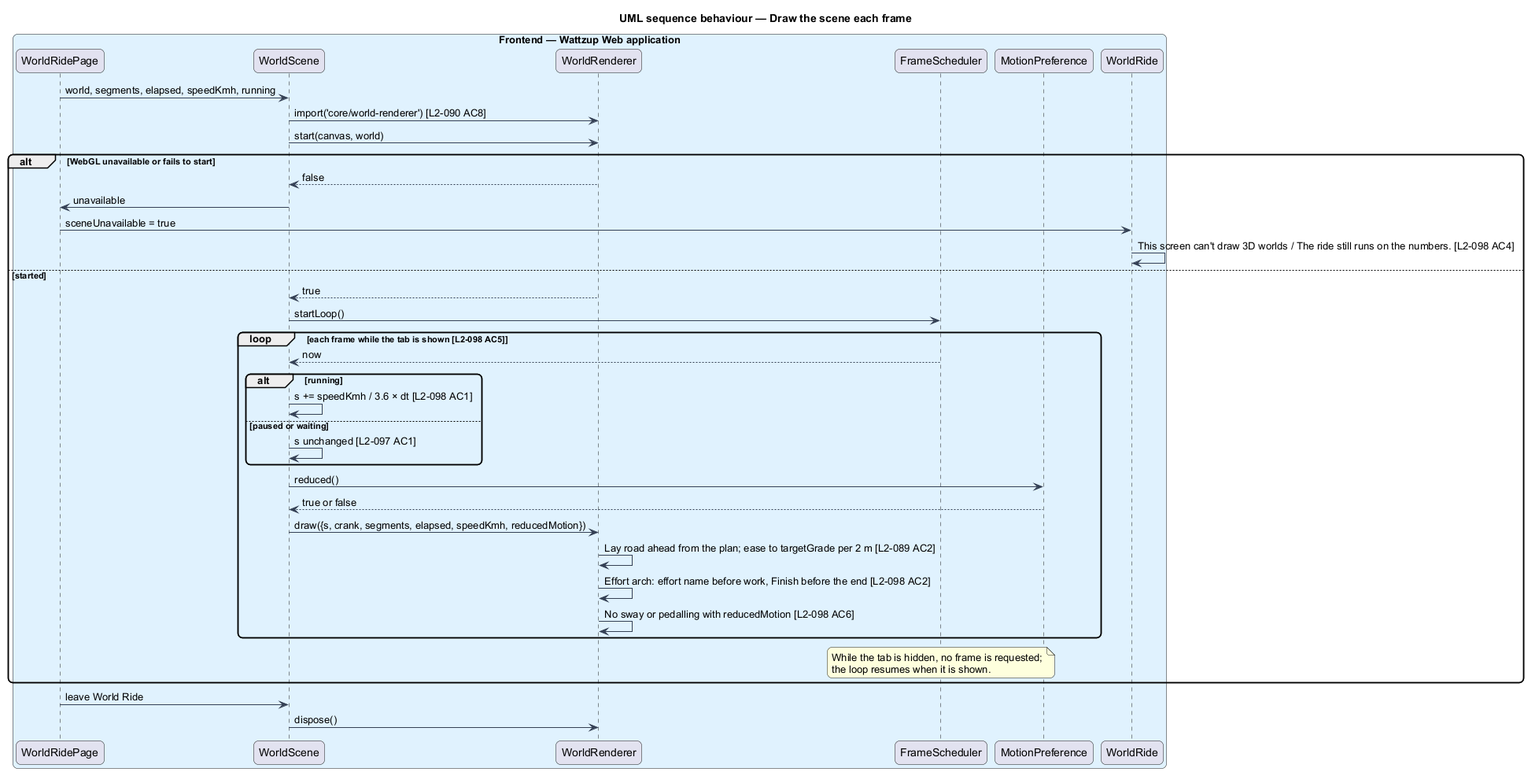
The PlantUML diagram docs/detailed-designs/world-ride/draw-class-scene/diagrams/sequence-draw-scene.png in QuinntyneBrown/ride-one, before a commit.
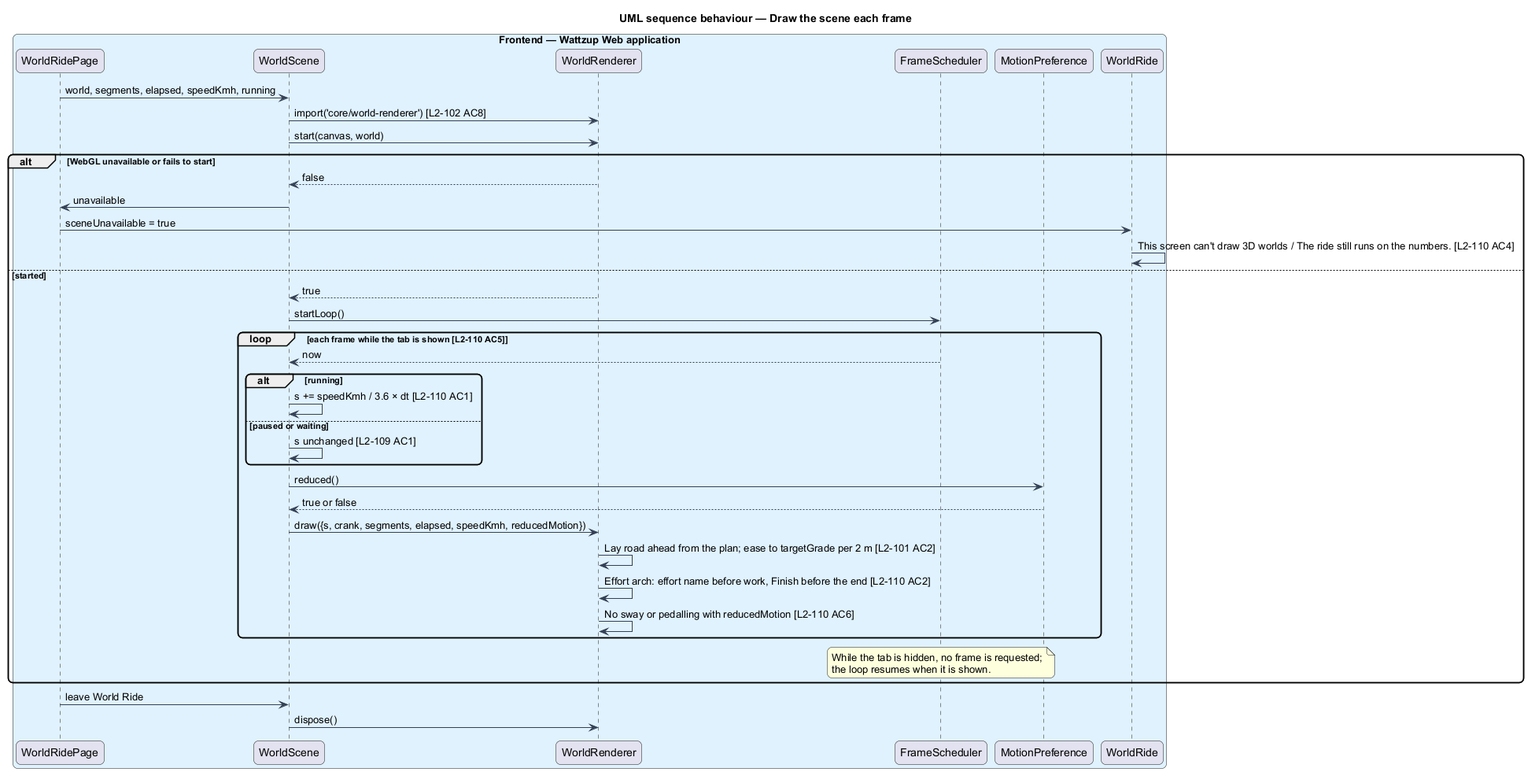
Later version of the same file.

Change to the diagram source:
```diff
@@ -15,29 +15,29 @@
 end box
 
 page -> scene : world, segments, elapsed, speedKmh, running
-scene -> renderer : import('core/world-renderer') [L2-090 AC8]
+scene -> renderer : import('core/world-renderer') [L2-102 AC8]
 scene -> renderer : start(canvas, world)
 alt WebGL unavailable or fails to start
   renderer --> scene : false
   scene -> page : unavailable
   page -> hud : sceneUnavailable = true
-  hud -> hud : This screen can't draw 3D worlds / The ride still runs on the numbers. [L2-098 AC4]
+  hud -> hud : This screen can't draw 3D worlds / The ride still runs on the numbers. [L2-110 AC4]
 else started
   renderer --> scene : true
   scene -> frames : startLoop()
-  loop each frame while the tab is shown [L2-098 AC5]
+  loop each frame while the tab is shown [L2-110 AC5]
     frames --> scene : now
     alt running
-      scene -> scene : s += speedKmh / 3.6 × dt [L2-098 AC1]
+      scene -> scene : s += speedKmh / 3.6 × dt [L2-110 AC1]
     else paused or waiting
-      scene -> scene : s unchanged [L2-097 AC1]
+      scene -> scene : s unchanged [L2-109 AC1]
     end
     scene -> motion : reduced()
     motion --> scene : true or false
     scene -> renderer : draw({s, crank, segments, elapsed, speedKmh, reducedMotion})
-    renderer -> renderer : Lay road ahead from the plan; ease to targetGrade per 2 m [L2-089 AC2]
-    renderer -> renderer : Effort arch: effort name before work, Finish before the end [L2-098 AC2]
-    renderer -> renderer : No sway or pedalling with reducedMotion [L2-098 AC6]
+    renderer -> renderer : Lay road ahead from the plan; ease to targetGrade per 2 m [L2-101 AC2]
+    renderer -> renderer : Effort arch: effort name before work, Finish before the end [L2-110 AC2]
+    renderer -> renderer : No sway or pedalling with reducedMotion [L2-110 AC6]
   end
   note over frames
     While the tab is hidden, no frame is requested;
```
